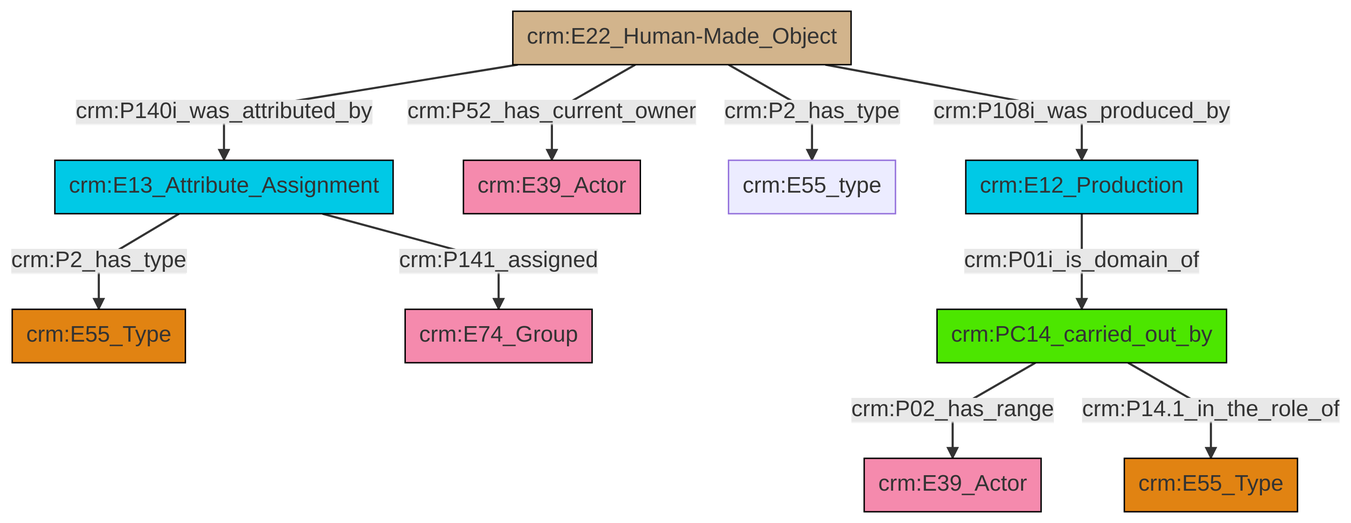
Earlier version of the Mermaid export et/builtWorkCSV/ttl/mmd/png/Built_Work_actor_relations.png (swiss-art-research-net/reference-data-models). Its source is kept beside it as et/builtWorkCSV/ttl/mmd/Built_Work_actor_relations.ttl.mmd.
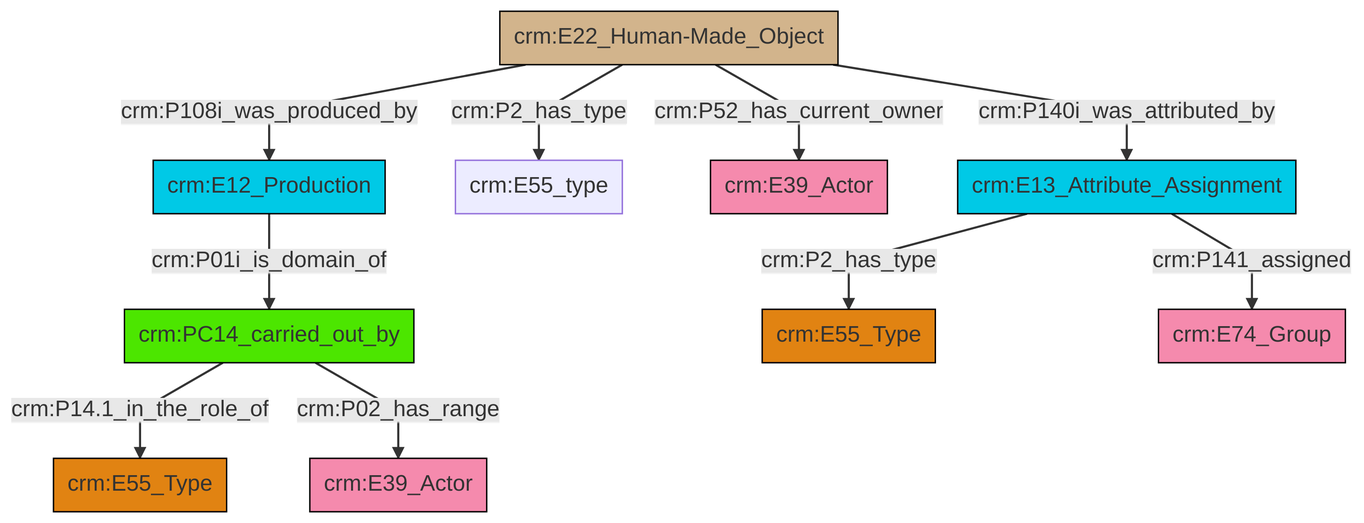
After the change.

The edit, as a diff of the source:
```diff
@@ -13,12 +13,12 @@
 classDef PC_Classes fill:#4ce600, stroke:#000000;
 classDef Multi fill:#cccccc,stroke:#000000;
 
-0["crm:E22_Human-Made_Object"]:::Physical_Thing -->|crm:P140i_was_attributed_by| 4["crm:E13_Attribute_Assignment"]:::Temporal_Entity
-0["crm:E22_Human-Made_Object"]:::Physical_Thing -->|crm:P52_has_current_owner| 2["crm:E39_Actor"]:::Actor
-7["crm:PC14_carried_out_by"]:::PC_Classes -->|crm:P02_has_range| 8["crm:E39_Actor"]:::Actor
-4["crm:E13_Attribute_Assignment"]:::Temporal_Entity -->|crm:P2_has_type| 12["crm:E55_Type"]:::Type
-4["crm:E13_Attribute_Assignment"]:::Temporal_Entity -->|crm:P141_assigned| 5["crm:E74_Group"]:::Actor
-0["crm:E22_Human-Made_Object"]:::Physical_Thing -->|crm:P2_has_type| 16["crm:E55_type"]:::Default
-9["crm:E12_Production"]:::Temporal_Entity -->|crm:P01i_is_domain_of| 7["crm:PC14_carried_out_by"]:::PC_Classes
-7["crm:PC14_carried_out_by"]:::PC_Classes -->|crm:P14.1_in_the_role_of| 17["crm:E55_Type"]:::Type
-0["crm:E22_Human-Made_Object"]:::Physical_Thing -->|crm:P108i_was_produced_by| 9["crm:E12_Production"]:::Temporal_Entity
+2["crm:E22_Human-Made_Object"]:::Physical_Thing -->|crm:P2_has_type| 3["crm:E55_type"]:::Default
+4["crm:PC14_carried_out_by"]:::PC_Classes -->|crm:P14.1_in_the_role_of| 5["crm:E55_Type"]:::Type
+2["crm:E22_Human-Made_Object"]:::Physical_Thing -->|crm:P52_has_current_owner| 7["crm:E39_Actor"]:::Actor
+2["crm:E22_Human-Made_Object"]:::Physical_Thing -->|crm:P140i_was_attributed_by| 8["crm:E13_Attribute_Assignment"]:::Temporal_Entity
+0["crm:E12_Production"]:::Temporal_Entity -->|crm:P01i_is_domain_of| 4["crm:PC14_carried_out_by"]:::PC_Classes
+8["crm:E13_Attribute_Assignment"]:::Temporal_Entity -->|crm:P141_assigned| 14["crm:E74_Group"]:::Actor
+4["crm:PC14_carried_out_by"]:::PC_Classes -->|crm:P02_has_range| 16["crm:E39_Actor"]:::Actor
+8["crm:E13_Attribute_Assignment"]:::Temporal_Entity -->|crm:P2_has_type| 12["crm:E55_Type"]:::Type
+2["crm:E22_Human-Made_Object"]:::Physical_Thing -->|crm:P108i_was_produced_by| 0["crm:E12_Production"]:::Temporal_Entity
```
